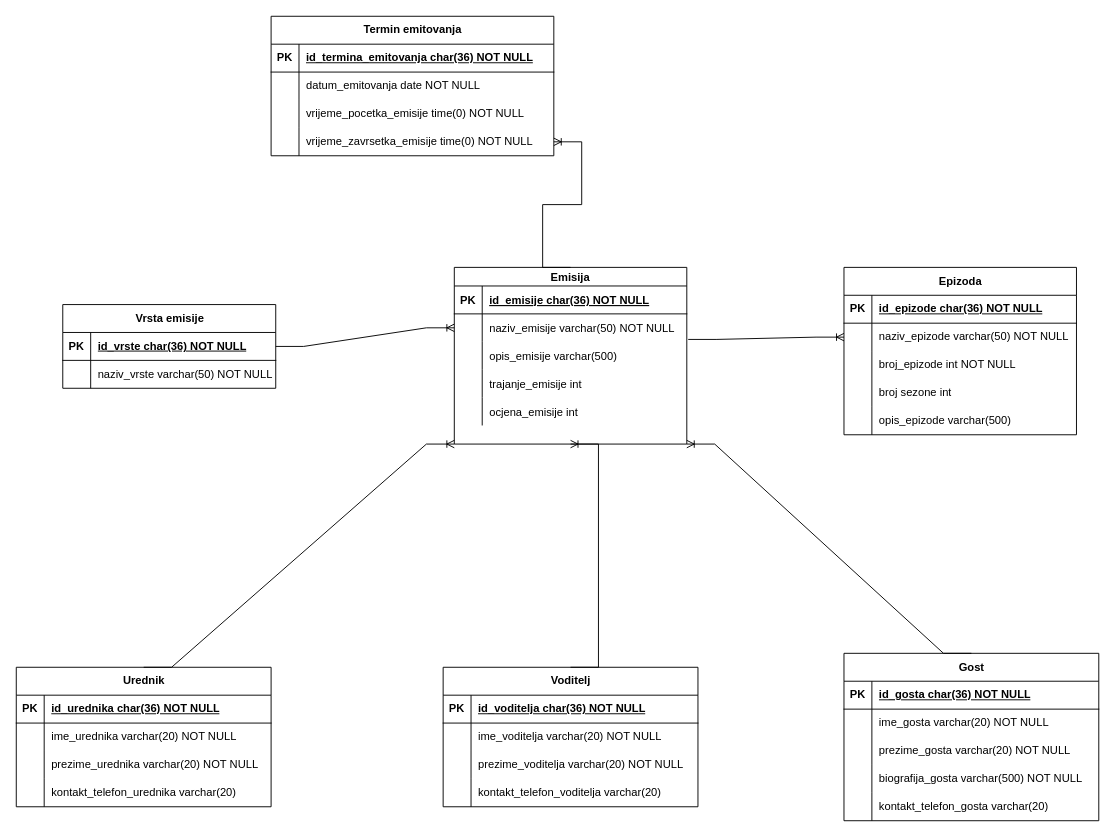
emina-mahmutbegovic/process-information-systems keeps this draw.io diagram as Untitled Diagram.drawio. Above is the earlier version. Source tidied: cells renumbered, new cells numbered last; positions are measured from the earlier drawing's top-left corner, leaving out a move shared by most shapes. Both pictures are drawn from the tidied source at 93%, with x=0, y=0 at pixel (16, 16).
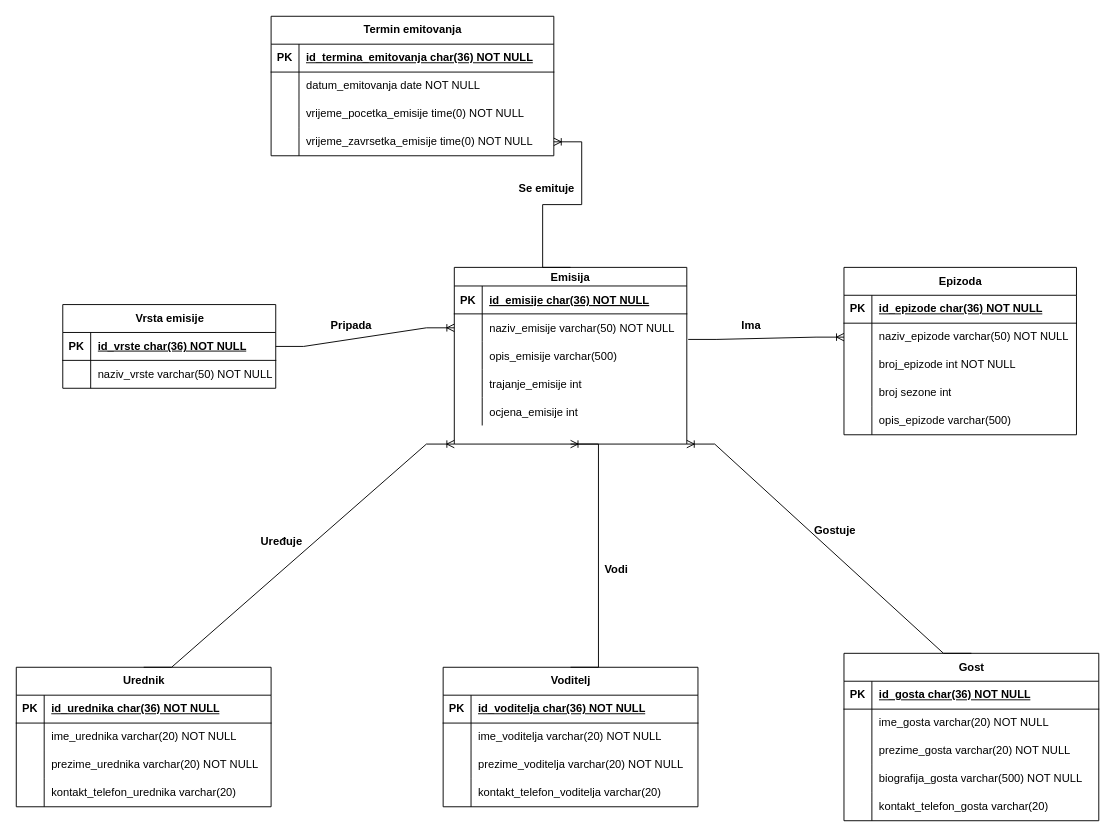
The same diagram, later.

Change to the diagram source:
```diff
@@
+    <mxCell id="102" value="&lt;b&gt;Pripada&lt;/b&gt;" style="text;html=1;align=center;verticalAlign=middle;strokeColor=none;fillColor=none;" parent="1" vertex="1">
+      <mxGeometry x="325" y="318" width="70" height="30" as="geometry" />
+    </mxCell>
+    <mxCell id="103" value="&lt;b&gt;Se emituje&lt;/b&gt;" style="text;html=1;align=center;verticalAlign=middle;strokeColor=none;fillColor=none;" parent="1" vertex="1">
+      <mxGeometry x="530" y="170" width="80" height="30" as="geometry" />
+    </mxCell>
+    <mxCell id="104" value="&lt;b&gt;Ima&lt;/b&gt;" style="text;html=1;align=center;verticalAlign=middle;strokeColor=none;fillColor=none;" parent="1" vertex="1">
+      <mxGeometry x="770" y="318" width="40" height="30" as="geometry" />
+    </mxCell>
+    <mxCell id="105" value="&lt;b&gt;Uređuje&lt;/b&gt;" style="text;html=1;align=center;verticalAlign=middle;strokeColor=none;fillColor=none;" parent="1" vertex="1">
+      <mxGeometry x="250" y="550" width="70" height="30" as="geometry" />
+    </mxCell>
+    <mxCell id="106" value="&lt;b&gt;Vodi&lt;/b&gt;" style="text;html=1;align=center;verticalAlign=middle;strokeColor=none;fillColor=none;" parent="1" vertex="1">
+      <mxGeometry x="620" y="580" width="50" height="30" as="geometry" />
+    </mxCell>
+    <mxCell id="107" value="&lt;b&gt;Gostuje&lt;/b&gt;" style="text;html=1;align=center;verticalAlign=middle;strokeColor=none;fillColor=none;" parent="1" vertex="1">
+      <mxGeometry x="845" y="538" width="70" height="30" as="geometry" />
+    </mxCell>
```
